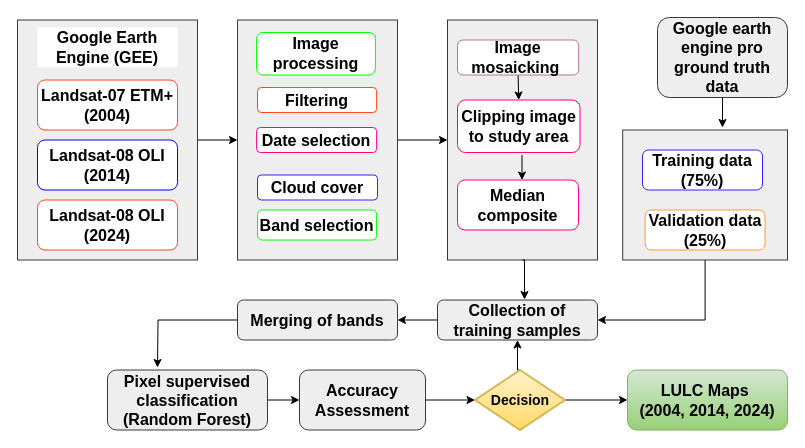
Before: gee.drawio in yemioke/PRISMA2020, a draw.io diagram. Source tidied: cells renumbered, new cells numbered last; positions are measured from the earlier drawing's top-left corner, leaving out a move shared by most shapes. Both pictures are drawn from the tidied source at 100%, with x=0, y=0 at pixel (17, -368).
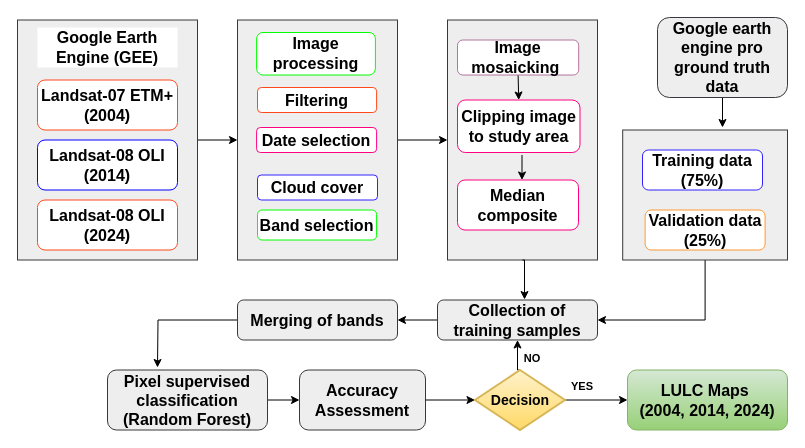
Above is the later version.

Diff of the diagram source:
```diff
@@
     <mxCell id="9" style="edgeStyle=orthogonalEdgeStyle;rounded=0;orthogonalLoop=1;jettySize=auto;html=1;exitX=1;exitY=0.5;exitDx=0;exitDy=0;entryX=1;entryY=0.5;entryDx=0;entryDy=0;" parent="1" edge="1">
       <mxGeometry relative="1" as="geometry">
-        <mxPoint x="570" as="sourcePoint" />
+        <mxPoint x="570" y="90" as="sourcePoint" />
       </mxGeometry>
     </mxCell>
@@
+    <mxCell id="41" value="&lt;b&gt;&lt;font style=&quot;font-size: 11px;&quot;&gt;NO&lt;/font&gt;&lt;/b&gt;" style="text;strokeColor=none;align=center;fillColor=none;html=1;verticalAlign=middle;whiteSpace=wrap;rounded=0;" parent="1" vertex="1">
+      <mxGeometry x="500" y="717.5" width="30" height="17.5" as="geometry" />
+    </mxCell>
+    <mxCell id="42" value="&lt;b&gt;&lt;font style=&quot;font-size: 11px;&quot;&gt;YES&lt;/font&gt;&lt;/b&gt;" style="text;strokeColor=none;align=center;fillColor=none;html=1;verticalAlign=middle;whiteSpace=wrap;rounded=0;" parent="1" vertex="1">
+      <mxGeometry x="550" y="745" width="30" height="17.5" as="geometry" />
+    </mxCell>
```
